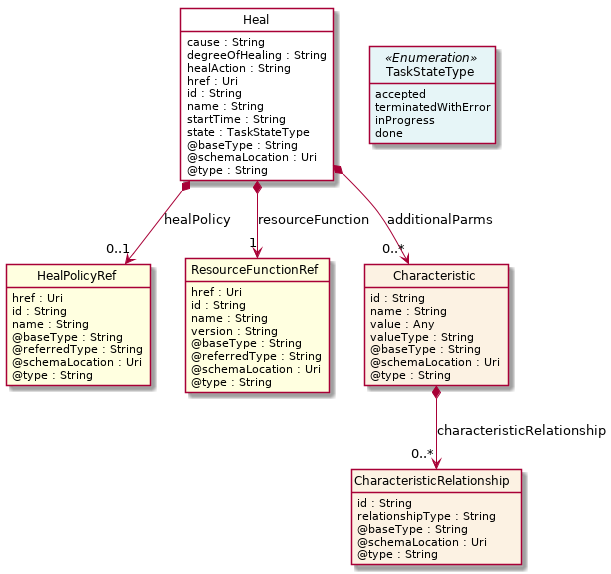
This is apis/TMF664_Resource_Function_Activation/documentation/diagrams/Resource_Heal.png from tmforum-apis/Open_Api_And_Data_Model, a PlantUML export, as it was before one commit.
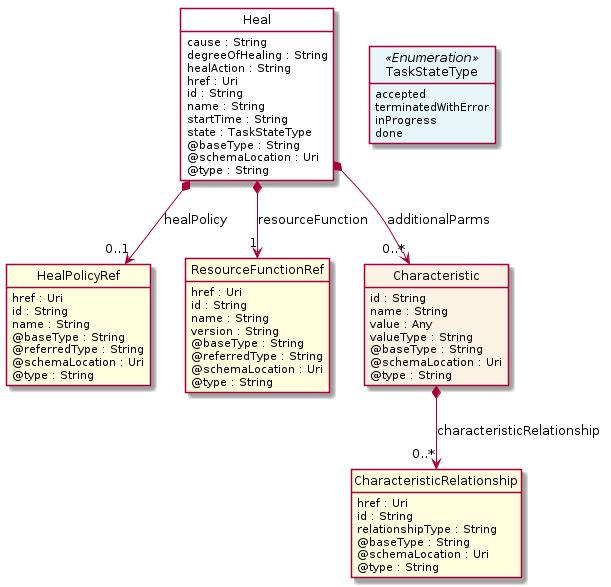
After the commit.

The edit, as a diff of the source:
```diff
@@ -62,7 +62,8 @@
     @type : String
 }
 
-class CharacteristicRelationship  {
+class CharacteristicRelationship  <<Ref>> {
+    href : Uri
     id : String
     relationshipType : String
     @baseType : String
```
